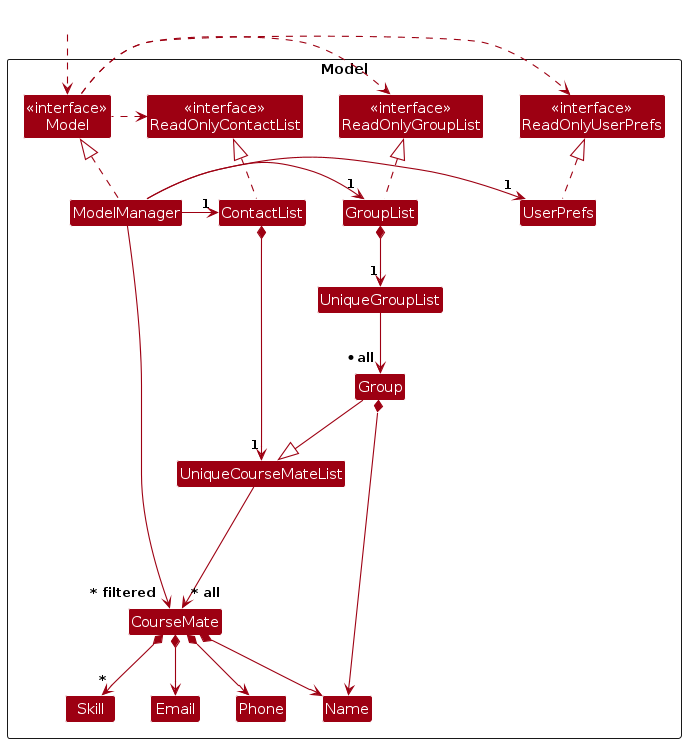
This is diagrams/ModelClassDiagram.png from benson1029/tp, a PlantUML export, as it was before one commit. Its source is kept beside it as diagrams/ModelClassDiagram.puml.
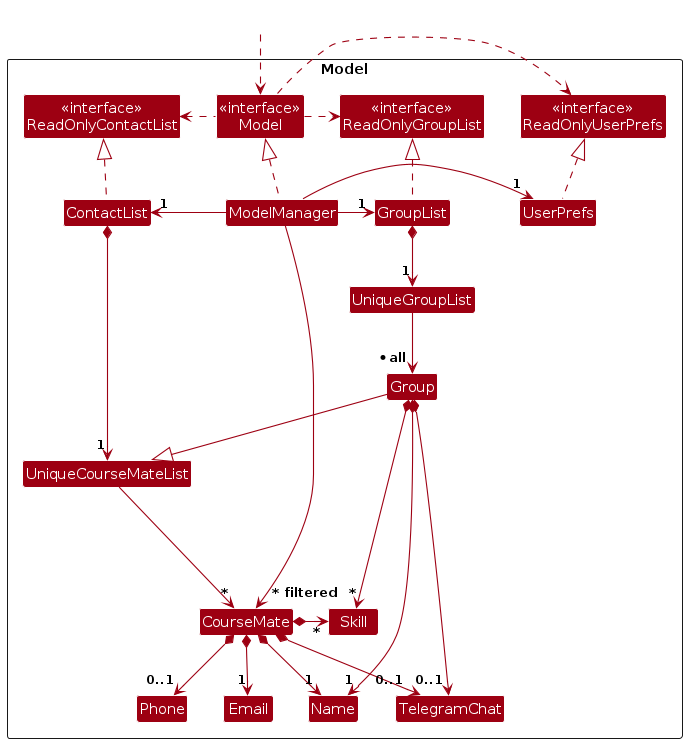
The same file after the commit.

Change to the diagram source:
```diff
@@ -20,6 +20,7 @@
 Class Name
 Class Phone
 Class Skill
+Class TelegramChat
 
 Class UniqueGroupList
 Class Group
@@ -43,16 +44,19 @@
 GroupList .up.|> ReadOnlyGroupList
 
 ContactList *--> "1" UniqueCourseMateList
-UniqueCourseMateList --> "~* all" CourseMate
-CourseMate *--> Name
-CourseMate *--> Phone
-CourseMate *--> Email
-CourseMate *--> "*" Skill
+UniqueCourseMateList --> "~*" CourseMate
+CourseMate *--> "1" Name
+CourseMate *--> "0..1" Phone
+CourseMate *--> "1" Email
+CourseMate *-> "*" Skill
+CourseMate *--> "0..1" TelegramChat
 
 GroupList *--> "1" UniqueGroupList
 UniqueGroupList --> "* all" Group
 Group --|> UniqueCourseMateList
-Group *--> Name
+Group *--> "1" Name
+Group *--> "0..1" TelegramChat
+Group *-> "*" Skill
 
 CourseMate -[hidden]up--> I
 UniqueCourseMateList -[hidden]right-> I
```
